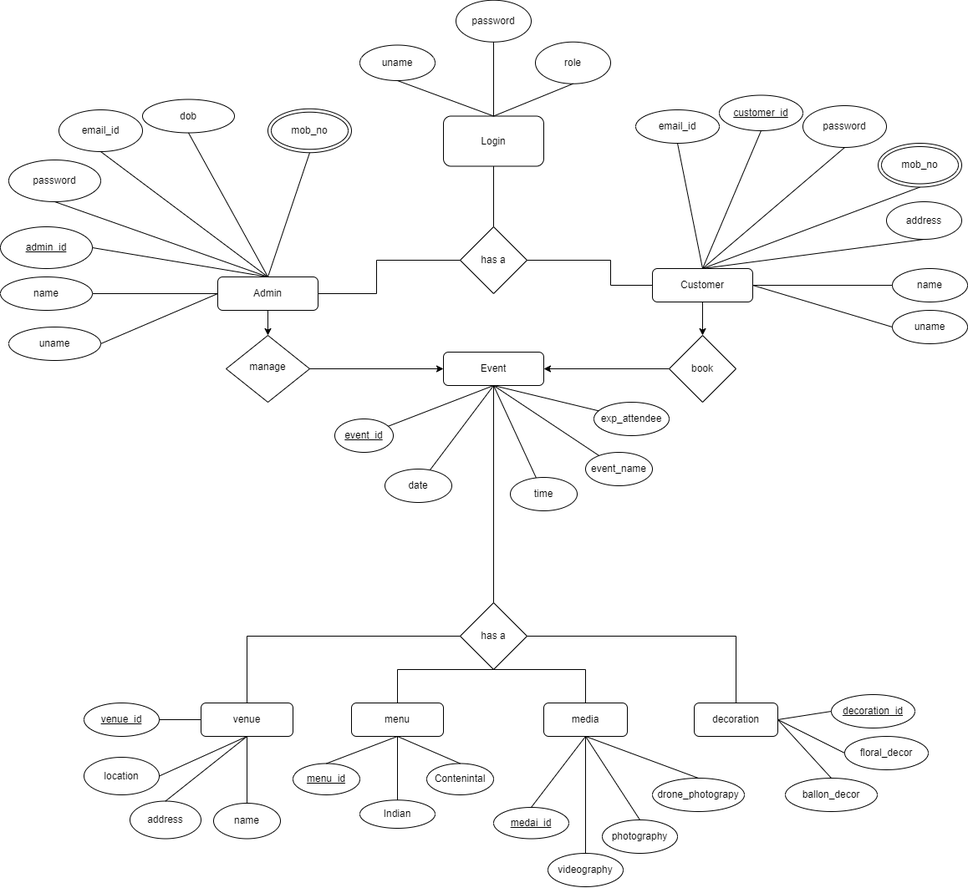
sumedh-shingade/Event-Management-System keeps this draw.io diagram as Documentation/ems_erd.png. Above is the earlier version. Source tidied: cells renumbered, new cells last; positions are measured from the earlier drawing's top-left corner, leaving out a move shared by most shapes.
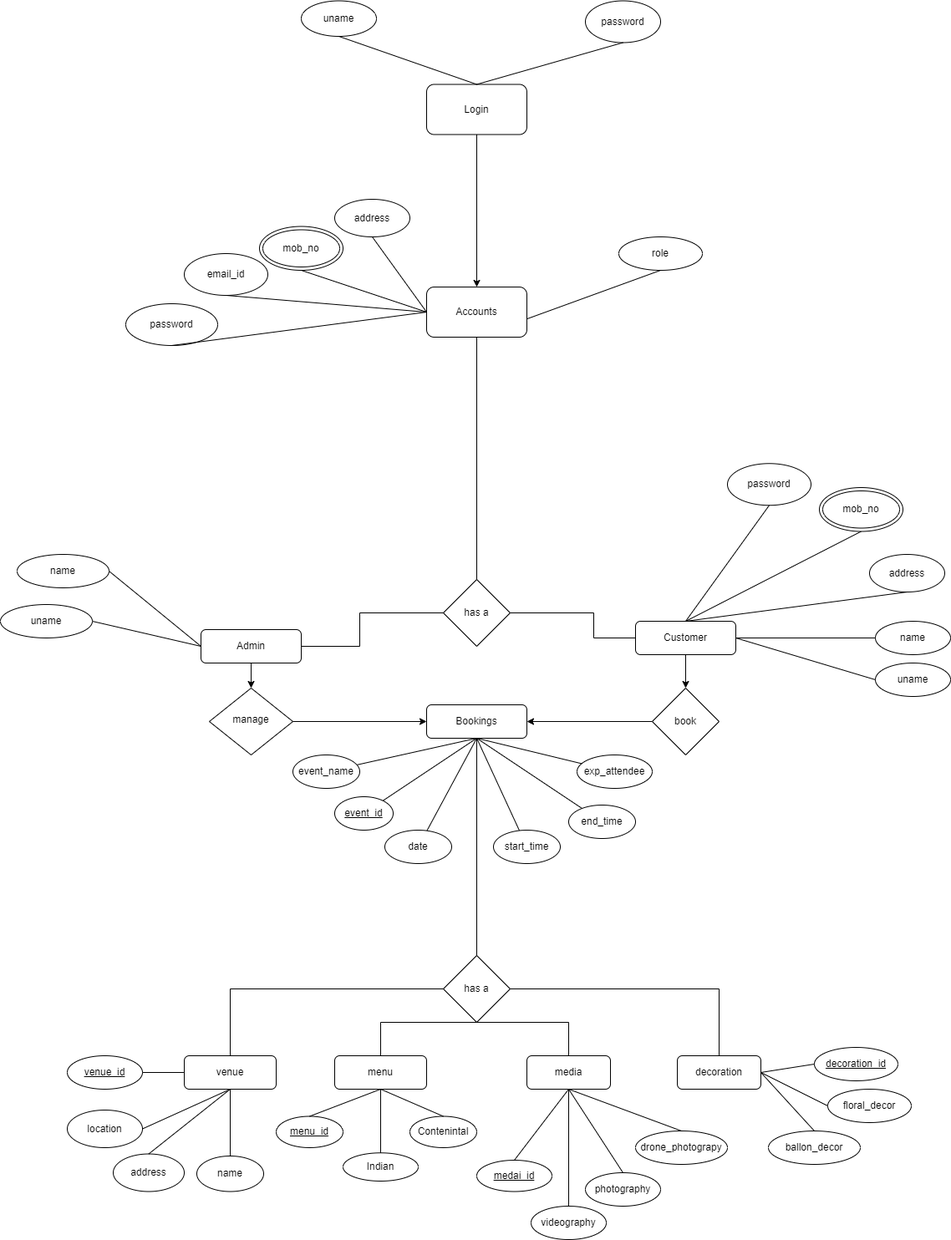
After the change.

Commit message:
ems_erd

Change to the diagram source:
```diff
@@ -8,39 +8,27 @@
     <mxCell id="3" value="manage" style="rhombus;whiteSpace=wrap;html=1;shadow=0;fontFamily=Helvetica;fontSize=12;align=center;strokeWidth=1;spacing=6;spacingTop=-4;" parent="1" vertex="1">
       <mxGeometry x="270" y="401" width="100" height="80" as="geometry" />
     </mxCell>
-    <mxCell id="4" value="Event" style="rounded=1;whiteSpace=wrap;html=1;fontSize=12;glass=0;strokeWidth=1;shadow=0;" parent="1" vertex="1">
+    <mxCell id="4" value="Bookings" style="rounded=1;whiteSpace=wrap;html=1;fontSize=12;glass=0;strokeWidth=1;shadow=0;" parent="1" vertex="1">
       <mxGeometry x="530" y="421" width="120" height="40" as="geometry" />
     </mxCell>
-    <mxCell id="5" value="admin_id" style="ellipse;whiteSpace=wrap;html=1;fontStyle=4;" parent="1" vertex="1">
-      <mxGeometry y="271" width="110" height="50" as="geometry" />
-    </mxCell>
     <mxCell id="6" value="email_id" style="ellipse;whiteSpace=wrap;html=1;" parent="1" vertex="1">
-      <mxGeometry x="70" y="131" width="100" height="50" as="geometry" />
+      <mxGeometry x="240" y="-119" width="100" height="50" as="geometry" />
     </mxCell>
     <mxCell id="7" value="password" style="ellipse;whiteSpace=wrap;html=1;" parent="1" vertex="1">
-      <mxGeometry x="10" y="191" width="110" height="50" as="geometry" />
+      <mxGeometry x="170" y="-59" width="110" height="50" as="geometry" />
     </mxCell>
     <mxCell id="8" value="name" style="ellipse;whiteSpace=wrap;html=1;" parent="1" vertex="1">
-      <mxGeometry y="331" width="110" height="40" as="geometry" />
+      <mxGeometry x="40" y="241" width="110" height="40" as="geometry" />
     </mxCell>
-    <mxCell id="9" value="dob" style="ellipse;whiteSpace=wrap;html=1;" parent="1" vertex="1">
-      <mxGeometry x="170" y="118.5" width="110" height="40" as="geometry" />
-    </mxCell>
     <mxCell id="10" style="endArrow=classic;html=1;rounded=0;exitX=1;exitY=0.5;exitDx=0;exitDy=0;entryX=0;entryY=0.5;entryDx=0;entryDy=0;" parent="1" edge="1" source="3" target="4">
       <mxGeometry relative="1" as="geometry" />
     </mxCell>
-    <mxCell id="11" style="endArrow=none;html=1;rounded=0;exitX=0.5;exitY=1;exitDx=0;exitDy=0;entryX=0.5;entryY=0;entryDx=0;entryDy=0;" parent="1" edge="1" source="9" target="2">
-      <mxGeometry relative="1" as="geometry" />
-    </mxCell>
-    <mxCell id="12" style="endArrow=none;html=1;rounded=0;entryX=0.5;entryY=1;entryDx=0;entryDy=0;exitX=0.5;exitY=0;exitDx=0;exitDy=0;" parent="1" edge="1" source="2" target="6">
+    <mxCell id="12" style="endArrow=none;html=1;rounded=0;entryX=0.5;entryY=1;entryDx=0;entryDy=0;exitX=0;exitY=0.5;exitDx=0;exitDy=0;" parent="1" edge="1" source="98" target="6">
       <mxGeometry relative="1" as="geometry" />
     </mxCell>
-    <mxCell id="13" style="endArrow=none;html=1;rounded=0;entryX=0.5;entryY=1;entryDx=0;entryDy=0;exitX=0.5;exitY=0;exitDx=0;exitDy=0;" parent="1" edge="1" source="2" target="7">
+    <mxCell id="13" style="endArrow=none;html=1;rounded=0;entryX=0.5;entryY=1;entryDx=0;entryDy=0;exitX=0;exitY=0.5;exitDx=0;exitDy=0;" parent="1" edge="1" source="98" target="7">
       <mxGeometry relative="1" as="geometry" />
     </mxCell>
-    <mxCell id="14" style="endArrow=none;html=1;rounded=0;entryX=1;entryY=0.5;entryDx=0;entryDy=0;exitX=0.5;exitY=0;exitDx=0;exitDy=0;" parent="1" edge="1" source="2" target="5">
-      <mxGeometry relative="1" as="geometry" />
-    </mxCell>
     <mxCell id="15" style="endArrow=none;html=1;rounded=0;entryX=1;entryY=0.5;entryDx=0;entryDy=0;exitX=0;exitY=0.5;exitDx=0;exitDy=0;" parent="1" edge="1" source="2" target="8">
       <mxGeometry relative="1" as="geometry" />
     </mxCell>
@@ -50,14 +38,11 @@
     <mxCell id="17" value="Customer" style="rounded=1;whiteSpace=wrap;html=1;" parent="1" vertex="1">
       <mxGeometry x="780" y="321" width="120" height="40" as="geometry" />
     </mxCell>
-    <mxCell id="18" value="customer_id" style="ellipse;whiteSpace=wrap;html=1;fontStyle=4;" parent="1" vertex="1">
-      <mxGeometry x="860" y="113.5" width="100" height="42.5" as="geometry" />
-    </mxCell>
-    <mxCell id="19" value="email_id" style="ellipse;whiteSpace=wrap;html=1;" parent="1" vertex="1">
-      <mxGeometry x="760" y="131" width="100" height="40" as="geometry" />
+    <mxCell id="19" value="role" style="ellipse;whiteSpace=wrap;html=1;" parent="1" vertex="1">
+      <mxGeometry x="760" y="-139" width="100" height="40" as="geometry" />
     </mxCell>
     <mxCell id="20" value="password" style="ellipse;whiteSpace=wrap;html=1;" parent="1" vertex="1">
-      <mxGeometry x="960" y="126" width="100" height="50" as="geometry" />
+      <mxGeometry x="890" y="132.2" width="100" height="50" as="geometry" />
     </mxCell>
     <mxCell id="21" value="address" style="ellipse;whiteSpace=wrap;html=1;" parent="1" vertex="1">
       <mxGeometry x="1060" y="241" width="90" height="45" as="geometry" />
@@ -65,12 +50,9 @@
     <mxCell id="22" value="name" style="ellipse;whiteSpace=wrap;html=1;" parent="1" vertex="1">
       <mxGeometry x="1067" y="321" width="90" height="40" as="geometry" />
     </mxCell>
-    <mxCell id="23" style="endArrow=none;html=1;rounded=0;exitX=0.5;exitY=1;exitDx=0;exitDy=0;entryX=0.5;entryY=0;entryDx=0;entryDy=0;" parent="1" edge="1" source="19" target="17">
+    <mxCell id="23" style="endArrow=none;html=1;rounded=0;exitX=0.5;exitY=1;exitDx=0;exitDy=0;entryX=0.5;entryY=1;entryDx=0;entryDy=0;" parent="1" edge="1" source="19" target="98">
       <mxGeometry relative="1" as="geometry" />
     </mxCell>
-    <mxCell id="24" style="endArrow=none;html=1;rounded=0;exitX=0.5;exitY=1;exitDx=0;exitDy=0;entryX=0.5;entryY=0;entryDx=0;entryDy=0;" parent="1" edge="1" source="18" target="17">
-      <mxGeometry relative="1" as="geometry" />
-    </mxCell>
     <mxCell id="25" style="endArrow=none;html=1;rounded=0;entryX=0.5;entryY=1;entryDx=0;entryDy=0;exitX=0.5;exitY=0;exitDx=0;exitDy=0;" parent="1" edge="1" source="17" target="20">
       <mxGeometry relative="1" as="geometry" />
     </mxCell>
@@ -108,23 +90,17 @@
       <mxGeometry x="830" y="841" width="100" height="40" as="geometry" />
     </mxCell>
     <mxCell id="37" value="Login" style="rounded=1;whiteSpace=wrap;html=1;" parent="1" vertex="1">
-      <mxGeometry x="530" y="138.5" width="120" height="60" as="geometry" />
+      <mxGeometry x="530" y="-321.5" width="120" height="60" as="geometry" />
     </mxCell>
     <mxCell id="38" value="has a" style="rhombus;whiteSpace=wrap;html=1;" parent="1" vertex="1">
       <mxGeometry x="550" y="271" width="80" height="80" as="geometry" />
     </mxCell>
     <mxCell id="39" value="uname" style="ellipse;whiteSpace=wrap;html=1;" parent="1" vertex="1">
-      <mxGeometry x="430" y="53.5" width="90" height="42.5" as="geometry" />
+      <mxGeometry x="380" y="-421.5" width="90" height="42.5" as="geometry" />
     </mxCell>
     <mxCell id="40" value="password" style="ellipse;whiteSpace=wrap;html=1;" parent="1" vertex="1">
-      <mxGeometry x="545" y="-0.2" width="90" height="50" as="geometry" />
+      <mxGeometry x="720" y="-421.5" width="90" height="50" as="geometry" />
     </mxCell>
-    <mxCell id="41" value="role" style="ellipse;whiteSpace=wrap;html=1;" parent="1" vertex="1">
-      <mxGeometry x="640" y="49.8" width="90" height="50" as="geometry" />
-    </mxCell>
-    <mxCell id="42" style="endArrow=none;html=1;rounded=0;entryX=0.5;entryY=1;entryDx=0;entryDy=0;exitX=0.5;exitY=0;exitDx=0;exitDy=0;" parent="1" edge="1" source="38" target="37">
-      <mxGeometry relative="1" as="geometry" />
-    </mxCell>
     <mxCell id="43" style="endArrow=none;html=1;rounded=0;exitX=1;exitY=0.5;exitDx=0;exitDy=0;entryX=0;entryY=0.5;entryDx=0;entryDy=0;" parent="1" edge="1" source="2" target="38">
       <mxGeometry relative="1" as="geometry">
         <Array as="points">
@@ -147,9 +123,6 @@
     <mxCell id="46" style="endArrow=none;html=1;rounded=0;entryX=0.5;entryY=1;entryDx=0;entryDy=0;exitX=0.5;exitY=0;exitDx=0;exitDy=0;" parent="1" edge="1" source="37" target="40">
       <mxGeometry relative="1" as="geometry" />
     </mxCell>
-    <mxCell id="47" style="endArrow=none;html=1;rounded=0;entryX=0.5;entryY=1;entryDx=0;entryDy=0;exitX=0.5;exitY=0;exitDx=0;exitDy=0;" parent="1" edge="1" source="37" target="41">
-      <mxGeometry relative="1" as="geometry" />
-    </mxCell>
     <mxCell id="48" style="endArrow=none;html=1;rounded=0;entryX=0;entryY=0.5;entryDx=0;entryDy=0;exitX=0.5;exitY=0;exitDx=0;exitDy=0;" parent="1" edge="1" source="33" target="32">
       <mxGeometry relative="1" as="geometry">
         <Array as="points">
@@ -266,25 +239,25 @@
       <mxGeometry relative="1" as="geometry" />
     </mxCell>
     <mxCell id="81" value="event_id" style="ellipse;whiteSpace=wrap;html=1;fontStyle=4;" parent="1" vertex="1">
-      <mxGeometry x="400" y="501" width="70" height="40" as="geometry" />
+      <mxGeometry x="420" y="531" width="70" height="40" as="geometry" />
     </mxCell>
     <mxCell id="82" style="endArrow=none;html=1;rounded=0;exitX=0.5;exitY=1;exitDx=0;exitDy=0;" parent="1" edge="1" source="4" target="83">
       <mxGeometry relative="1" as="geometry" />
     </mxCell>
     <mxCell id="83" value="date" style="ellipse;whiteSpace=wrap;html=1;" parent="1" vertex="1">
-      <mxGeometry x="460" y="561" width="80" height="40" as="geometry" />
+      <mxGeometry x="480" y="571" width="80" height="40" as="geometry" />
     </mxCell>
     <mxCell id="84" style="endArrow=none;html=1;rounded=0;exitX=0.5;exitY=1;exitDx=0;exitDy=0;" parent="1" edge="1" source="4" target="85">
       <mxGeometry relative="1" as="geometry" />
     </mxCell>
-    <mxCell id="85" value="time" style="ellipse;whiteSpace=wrap;html=1;" parent="1" vertex="1">
+    <mxCell id="85" value="start_time" style="ellipse;whiteSpace=wrap;html=1;" parent="1" vertex="1">
       <mxGeometry x="610" y="571" width="80" height="40" as="geometry" />
     </mxCell>
     <mxCell id="86" style="endArrow=none;html=1;rounded=0;exitX=0.5;exitY=1;exitDx=0;exitDy=0;" parent="1" edge="1" source="4" target="87">
       <mxGeometry relative="1" as="geometry" />
     </mxCell>
     <mxCell id="87" value="event_name" style="ellipse;whiteSpace=wrap;html=1;" parent="1" vertex="1">
-      <mxGeometry x="700" y="541" width="80" height="40" as="geometry" />
+      <mxGeometry x="370" y="481" width="80" height="40" as="geometry" />
     </mxCell>
     <mxCell id="88" style="endArrow=none;html=1;rounded=0;exitX=0.5;exitY=1;exitDx=0;exitDy=0;" parent="1" edge="1" source="4" target="89">
       <mxGeometry relative="1" as="geometry" />
@@ -292,14 +265,14 @@
     <mxCell id="89" value="exp_attendee" style="ellipse;whiteSpace=wrap;html=1;" parent="1" vertex="1">
       <mxGeometry x="710" y="481" width="90" height="40" as="geometry" />
     </mxCell>
-    <mxCell id="90" style="endArrow=none;html=1;rounded=0;exitX=0.5;exitY=0;exitDx=0;exitDy=0;entryX=0.5;entryY=1;entryDx=0;entryDy=0;" parent="1" edge="1" source="2" target="91">
+    <mxCell id="90" style="endArrow=none;html=1;rounded=0;exitX=0;exitY=0.5;exitDx=0;exitDy=0;entryX=0.5;entryY=1;entryDx=0;entryDy=0;" parent="1" edge="1" source="98" target="91">
       <mxGeometry relative="1" as="geometry" />
     </mxCell>
     <mxCell id="91" value="mob_no" style="ellipse;shape=doubleEllipse;whiteSpace=wrap;html=1;" parent="1" vertex="1">
-      <mxGeometry x="320" y="129.8" width="100" height="52.5" as="geometry" />
+      <mxGeometry x="330" y="-151.5" width="100" height="52.5" as="geometry" />
     </mxCell>
     <mxCell id="92" value="mob_no" style="ellipse;shape=doubleEllipse;whiteSpace=wrap;html=1;" parent="1" vertex="1">
-      <mxGeometry x="1050" y="171" width="100" height="52.5" as="geometry" />
+      <mxGeometry x="1000" y="161" width="100" height="52.5" as="geometry" />
     </mxCell>
     <mxCell id="93" style="endArrow=none;html=1;rounded=0;entryX=0.5;entryY=1;entryDx=0;entryDy=0;" parent="1" edge="1" target="4">
       <mxGeometry relative="1" as="geometry">
@@ -307,7 +280,7 @@
       </mxGeometry>
     </mxCell>
     <mxCell id="94" value="uname" style="ellipse;whiteSpace=wrap;html=1;" parent="1" vertex="1">
-      <mxGeometry x="10" y="391" width="110" height="40" as="geometry" />
+      <mxGeometry x="20" y="301" width="110" height="40" as="geometry" />
     </mxCell>
     <mxCell id="95" style="endArrow=none;html=1;rounded=0;entryX=1;entryY=0.5;entryDx=0;entryDy=0;exitX=0;exitY=0.5;exitDx=0;exitDy=0;" parent="1" edge="1" source="2" target="94">
       <mxGeometry relative="1" as="geometry" />
@@ -318,5 +291,28 @@
     <mxCell id="97" style="endArrow=none;html=1;rounded=0;entryX=0;entryY=0.5;entryDx=0;entryDy=0;exitX=1;exitY=0.5;exitDx=0;exitDy=0;" parent="1" edge="1" source="17" target="96">
       <mxGeometry relative="1" as="geometry" />
     </mxCell>
+    <mxCell id="98" value="Accounts" style="rounded=1;whiteSpace=wrap;html=1;" parent="1" vertex="1">
+      <mxGeometry x="530" y="-79" width="120" height="60" as="geometry" />
+    </mxCell>
+    <mxCell id="99" style="endArrow=none;html=1;rounded=0;entryX=0.5;entryY=1;entryDx=0;entryDy=0;exitX=0.5;exitY=0;exitDx=0;exitDy=0;" parent="1" edge="1" source="38" target="98">
+      <mxGeometry relative="1" as="geometry" />
+    </mxCell>
+    <mxCell id="100" style="endArrow=classic;html=1;rounded=0;exitX=0.5;exitY=1;exitDx=0;exitDy=0;entryX=0.5;entryY=0;entryDx=0;entryDy=0;" parent="1" edge="1" source="37" target="98">
+      <mxGeometry relative="1" as="geometry" />
+    </mxCell>
+    <mxCell id="101" value="address" style="ellipse;whiteSpace=wrap;html=1;" parent="1" vertex="1">
+      <mxGeometry x="420" y="-184" width="90" height="45" as="geometry" />
+    </mxCell>
+    <mxCell id="102" style="endArrow=none;html=1;rounded=0;entryX=0.5;entryY=1;entryDx=0;entryDy=0;exitX=0;exitY=0.5;exitDx=0;exitDy=0;" parent="1" edge="1" source="98" target="101">
+      <mxGeometry relative="1" as="geometry" />
+    </mxCell>
+    <mxCell id="103" style="endArrow=none;html=1;rounded=0;" parent="1" edge="1" target="104">
+      <mxGeometry relative="1" as="geometry">
+        <mxPoint x="590" y="461" as="sourcePoint" />
+      </mxGeometry>
+    </mxCell>
+    <mxCell id="104" value="end_time" style="ellipse;whiteSpace=wrap;html=1;" parent="1" vertex="1">
+      <mxGeometry x="700" y="541" width="80" height="40" as="geometry" />
+    </mxCell>
   </root>
 </mxGraphModel>
```
